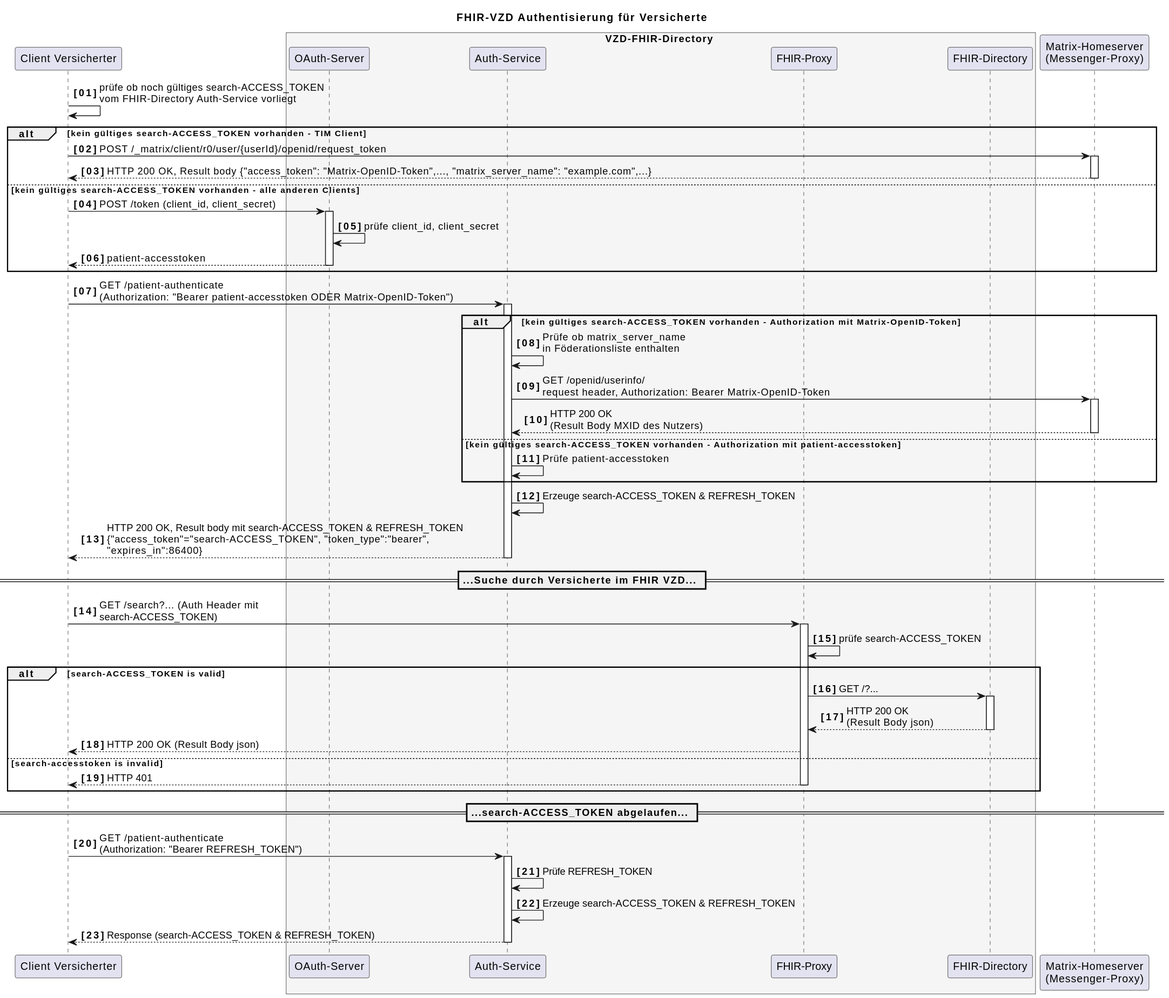
The PlantUML diagram images/diagrams/SequenceDiagram.FHIR-Directory.fdv.search.svg in gematik/api-vzd, before a commit.
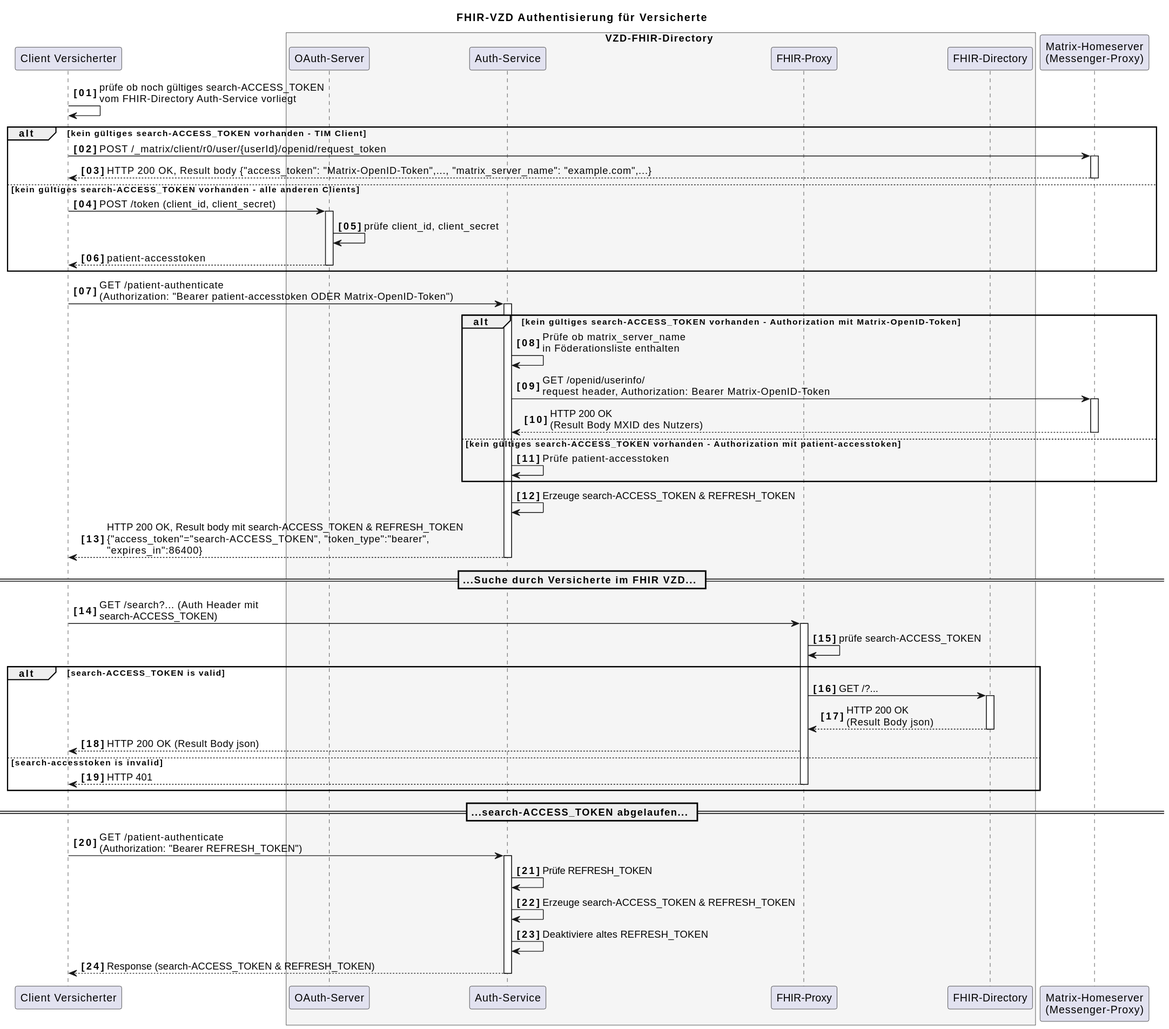
After the commit.

Commit message:
Commit from GitHub Actions (GeneratePlantumlImages)

The edit, as a diff of the source:
```diff
@@ -68,6 +68,7 @@
 VClient->VzdAuth++: GET /patient-authenticate \n(Authorization: "Bearer REFRESH_TOKEN")
 VzdAuth->VzdAuth: Prüfe REFRESH_TOKEN
 VzdAuth->VzdAuth: Erzeuge search-ACCESS_TOKEN & REFRESH_TOKEN
+VzdAuth->VzdAuth: Deaktiviere altes REFRESH_TOKEN
 
 VzdAuth-->VClient: Response (search-ACCESS_TOKEN & REFRESH_TOKEN)
 deactivate VzdAuth
```
